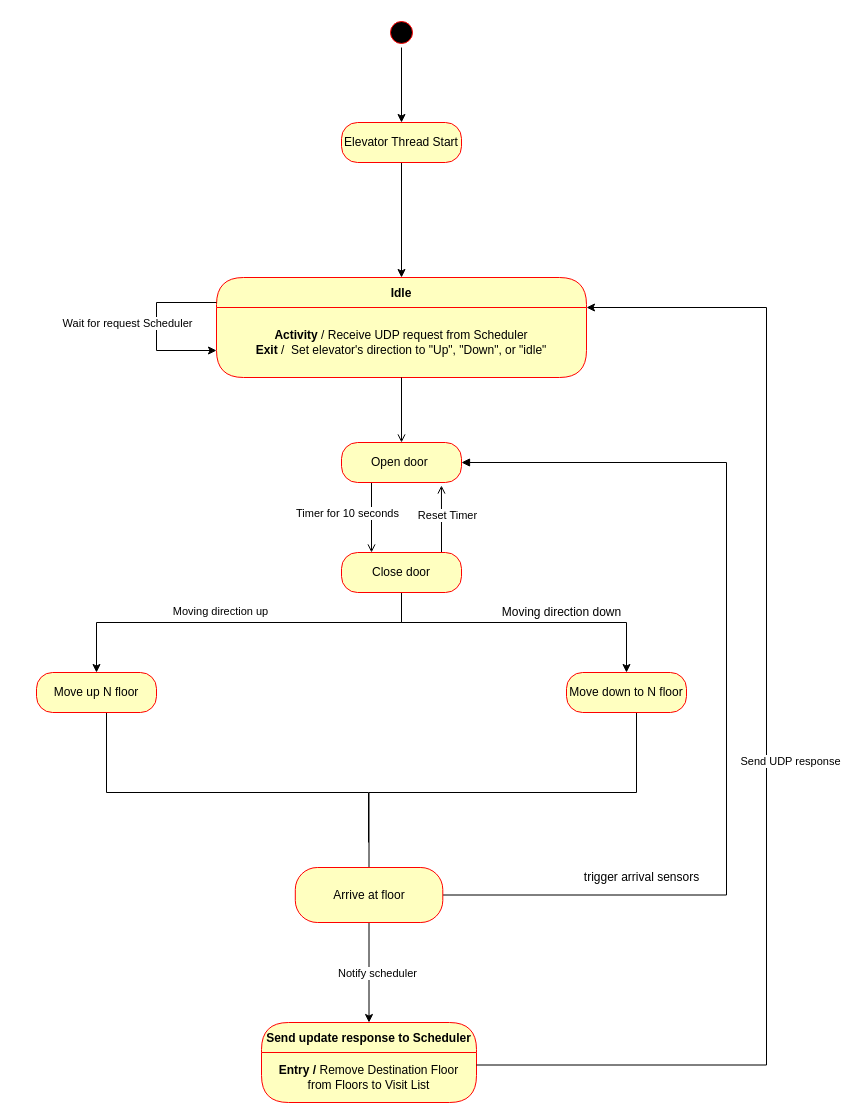
This is page "Scheduler" (1 of 2) of Iteration_4/Elevator_StateDiagram.drawio from anthyang/SYSC3303A_Win22_Project, a draw.io file, before an edit. Source tidied: cells renumbered, new cells numbered last; positions are measured from the earlier drawing's top-left corner, leaving out a move shared by most shapes. Both pictures are drawn from the tidied source at 100%, with x=0, y=0 at pixel (36, 17).
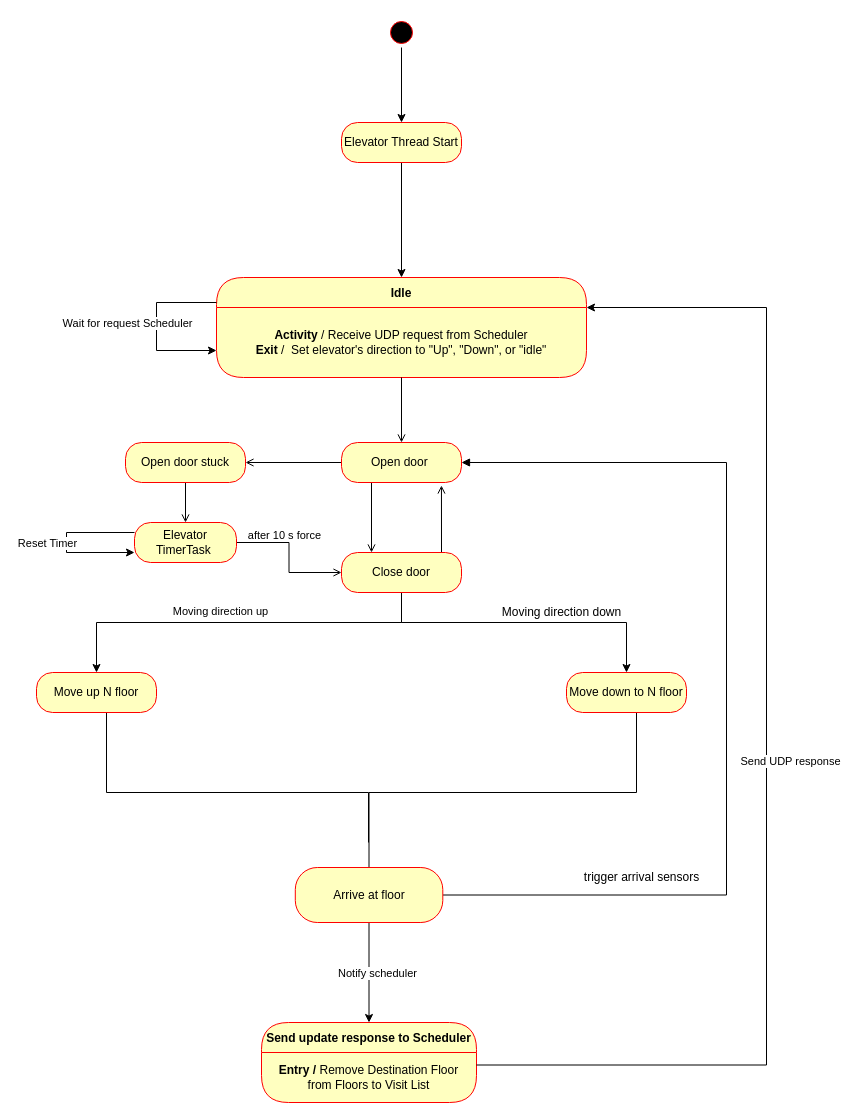
After the change.

Commit message (it also covers changes not shown here):
upload new elevator_stateDiagram

upload new elevator_stateDiagram

The change refers to these unchanged cells:
```xml
<mxCell id="24" value="Open door&amp;nbsp;" style="rounded=1;whiteSpace=wrap;html=1;arcSize=40;fontColor=#000000;fillColor=#ffffc0;strokeColor=#ff0000;" parent="1" vertex="1">
  <mxGeometry x="305" y="425" width="120" height="40" as="geometry" />
</mxCell>
<mxCell id="25" value="Close door" style="rounded=1;whiteSpace=wrap;html=1;arcSize=40;fontColor=#000000;fillColor=#ffffc0;strokeColor=#ff0000;" parent="1" vertex="1">
  <mxGeometry x="305" y="535" width="120" height="40" as="geometry" />
</mxCell>
```

The edit, as a diff of the source:
```diff
@@
+    <mxCell id="33" style="edgeStyle=orthogonalEdgeStyle;rounded=0;jettySize=auto;html=1;exitX=0;exitY=0.5;exitDx=0;exitDy=0;entryX=1;entryY=0.5;entryDx=0;entryDy=0;endArrow=open;endFill=0;" parent="1" edge="1" source="24" target="35">
+      <mxGeometry relative="1" as="geometry" />
+    </mxCell>
@@
-    <mxCell id="31" value="Timer for 10 seconds" style="edgeLabel;html=1;align=center;verticalAlign=middle;" parent="1" vertex="1">
-      <mxGeometry x="310" y="495" as="geometry" />
-    </mxCell>
-    <mxCell id="32" value="Reset Timer" style="edgeLabel;html=1;align=center;verticalAlign=middle;" parent="1" vertex="1">
-      <mxGeometry x="410" y="505" as="geometry">
+    <mxCell id="32" value="after 10 s force&amp;nbsp;&amp;nbsp;" style="edgeLabel;html=1;align=center;verticalAlign=middle;" parent="1" vertex="1">
+      <mxGeometry x="250" y="525" as="geometry">
         <mxPoint y="-8" as="offset" />
       </mxGeometry>
     </mxCell>
+    <mxCell id="34" style="edgeStyle=orthogonalEdgeStyle;rounded=0;jettySize=auto;html=1;entryX=0.5;entryY=0;entryDx=0;entryDy=0;endArrow=open;endFill=0;" parent="1" edge="1" source="35" target="37">
+      <mxGeometry relative="1" as="geometry" />
+    </mxCell>
+    <mxCell id="35" value="Open door stuck" style="rounded=1;whiteSpace=wrap;html=1;arcSize=40;fontColor=#000000;fillColor=#ffffc0;strokeColor=#ff0000;" parent="1" vertex="1">
+      <mxGeometry x="89" y="425" width="120" height="40" as="geometry" />
+    </mxCell>
+    <mxCell id="36" style="edgeStyle=orthogonalEdgeStyle;rounded=0;jettySize=auto;html=1;entryX=0;entryY=0.5;entryDx=0;entryDy=0;endArrow=open;endFill=0;" parent="1" edge="1" source="37" target="25">
+      <mxGeometry relative="1" as="geometry" />
+    </mxCell>
+    <mxCell id="37" value="Elevator TimerTask&amp;nbsp;" style="rounded=1;whiteSpace=wrap;html=1;arcSize=40;fontColor=#000000;fillColor=#ffffc0;strokeColor=#ff0000;" parent="1" vertex="1">
+      <mxGeometry x="98" y="505" width="102" height="40" as="geometry" />
+    </mxCell>
+    <mxCell id="38" style="edgeStyle=orthogonalEdgeStyle;rounded=0;orthogonalLoop=1;jettySize=auto;html=1;exitX=0;exitY=0.25;exitDx=0;exitDy=0;entryX=0;entryY=0.75;entryDx=0;entryDy=0;" parent="1" edge="1" source="37" target="37">
+      <mxGeometry relative="1" as="geometry">
+        <Array as="points">
+          <mxPoint x="30" y="515" />
+          <mxPoint x="30" y="535" />
+        </Array>
+      </mxGeometry>
+    </mxCell>
+    <mxCell id="39" value="Reset Timer" style="edgeLabel;html=1;align=center;verticalAlign=middle;" parent="38" vertex="1">
+      <mxGeometry x="0.12" y="-3" relative="1" as="geometry">
+        <mxPoint x="-17" y="-9" as="offset" />
+      </mxGeometry>
+    </mxCell>
```
